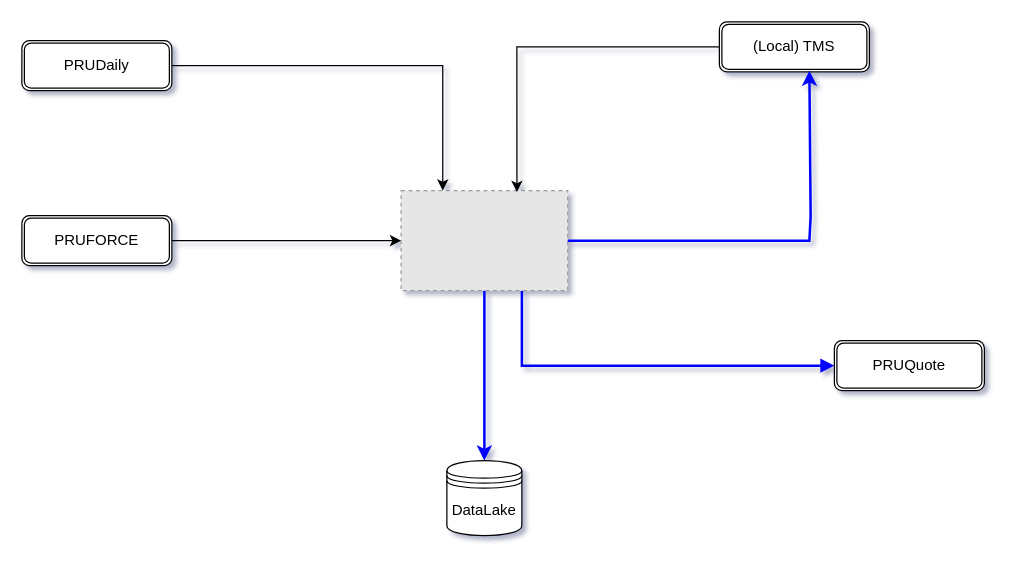
The draw.io diagram dataflow.drawio in thanhluandhsp/litmos, before the edit. Source tidied: cells renumbered, new cells numbered last; positions are measured from the earlier drawing's top-left corner, leaving out a move shared by most shapes. Both pictures are drawn from the tidied source at 125%, with x=0, y=0 at pixel (21, 21). Pictures stored in the file or linked from it are replaced by grey dashed boxes.
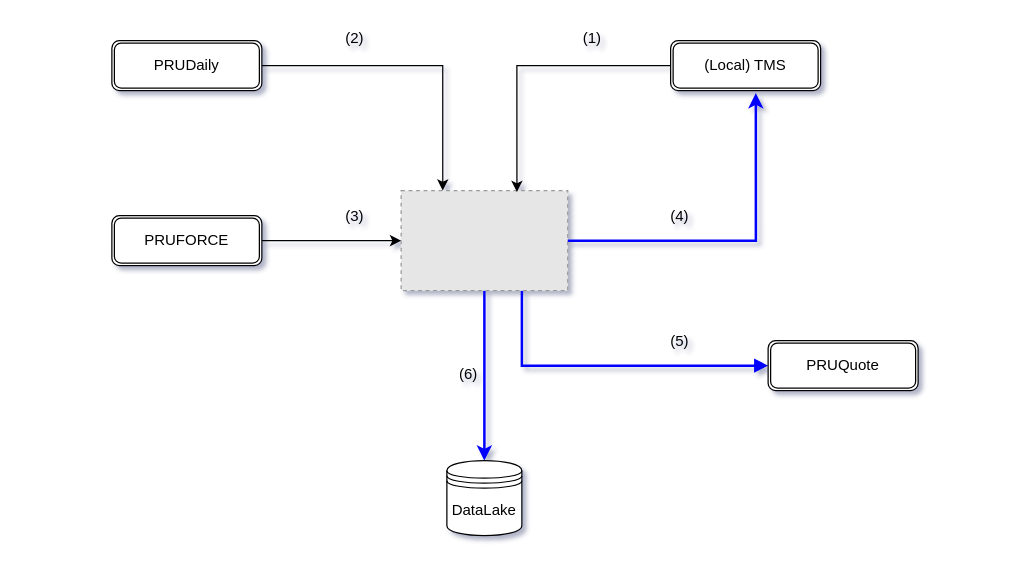
The same page after the edit.

Unchanged cells that the change refers to:
```xml
<mxCell id="4" style="fillColor=#E6E6E6;strokeColor=#999999;dashed=1;verticalLabelPosition=bottom;labelBackgroundColor=default;verticalAlign=top;" parent="1" vertex="1">
  <mxGeometry x="303.4" y="135" width="133.3" height="80" as="geometry" />
</mxCell>
```

Diff of the diagram source:
```diff
@@
-<mxGraphModel shadow="1">
+<mxGraphModel background="#FFFFFF" shadow="1">
@@
     <mxCell id="5" value="(Local) TMS" style="shape=ext;double=1;rounded=1;whiteSpace=wrap;html=1;" parent="1" vertex="1">
-      <mxGeometry x="558" width="120" height="40" as="geometry" />
+      <mxGeometry x="519" y="15" width="120" height="40" as="geometry" />
     </mxCell>
     <mxCell id="6" value="PRUQuote" style="shape=ext;double=1;rounded=1;whiteSpace=wrap;html=1;" parent="1" vertex="1">
-      <mxGeometry x="650" y="255" width="120" height="40" as="geometry" />
+      <mxGeometry x="597" y="255" width="120" height="40" as="geometry" />
     </mxCell>
@@
     <mxCell id="8" value="PRUDaily" style="shape=ext;double=1;rounded=1;whiteSpace=wrap;html=1;" parent="1" vertex="1">
-      <mxGeometry y="15" width="120" height="40" as="geometry" />
+      <mxGeometry x="72" y="15" width="120" height="40" as="geometry" />
     </mxCell>
@@
     <mxCell id="10" value="PRUFORCE" style="shape=ext;double=1;rounded=1;whiteSpace=wrap;html=1;" parent="1" vertex="1">
-      <mxGeometry y="155" width="120" height="40" as="geometry" />
+      <mxGeometry x="72" y="155" width="120" height="40" as="geometry" />
     </mxCell>
@@
+    <mxCell id="14" value="(2)" style="text;html=1;align=center;verticalAlign=middle;strokeColor=none;fillColor=none;" parent="1" vertex="1">
+      <mxGeometry x="246" width="39" height="26" as="geometry" />
+    </mxCell>
+    <mxCell id="15" value="(1)" style="text;html=1;align=center;verticalAlign=middle;strokeColor=none;fillColor=none;" parent="1" vertex="1">
+      <mxGeometry x="436.7" width="39" height="26" as="geometry" />
+    </mxCell>
+    <mxCell id="16" value="(3)" style="text;html=1;align=center;verticalAlign=middle;strokeColor=none;fillColor=none;" parent="1" vertex="1">
+      <mxGeometry x="246" y="143" width="39" height="26" as="geometry" />
+    </mxCell>
+    <mxCell id="17" value="(4)" style="text;html=1;align=center;verticalAlign=middle;strokeColor=none;fillColor=none;" parent="1" vertex="1">
+      <mxGeometry x="506" y="143" width="39" height="26" as="geometry" />
+    </mxCell>
+    <mxCell id="18" value="(5)" style="text;html=1;align=center;verticalAlign=middle;strokeColor=none;fillColor=none;" parent="1" vertex="1">
+      <mxGeometry x="506" y="243" width="39" height="26" as="geometry" />
+    </mxCell>
+    <mxCell id="19" value="(6)" style="text;html=1;align=center;verticalAlign=middle;strokeColor=none;fillColor=none;" parent="1" vertex="1">
+      <mxGeometry x="337" y="269" width="39" height="26" as="geometry" />
+    </mxCell>
-    <mxCell id="13" style="edgeStyle=orthogonalEdgeStyle;rounded=0;jettySize=auto;html=1;flowAnimation=1;jumpStyle=sharp;startSize=10;strokeWidth=2;strokeColor=#0000FF;entryX=0.6;entryY=0.975;entryDx=0;entryDy=0;entryPerimeter=0;" parent="1" edge="1" source="4" target="5">
-      <mxGeometry relative="1" as="geometry">
-        <Array as="points">
-          <mxPoint x="630" y="175" />
-          <mxPoint x="630" y="156" />
-          <mxPoint x="631" y="156" />
-        </Array>
-      </mxGeometry>
+    <mxCell id="13" style="edgeStyle=orthogonalEdgeStyle;rounded=0;jettySize=auto;html=1;entryX=0.568;entryY=1.049;entryDx=0;entryDy=0;entryPerimeter=0;flowAnimation=1;strokeWidth=2;strokeColor=#0000FF;" parent="1" edge="1" source="4" target="5">
+      <mxGeometry relative="1" as="geometry" />
     </mxCell>
```
